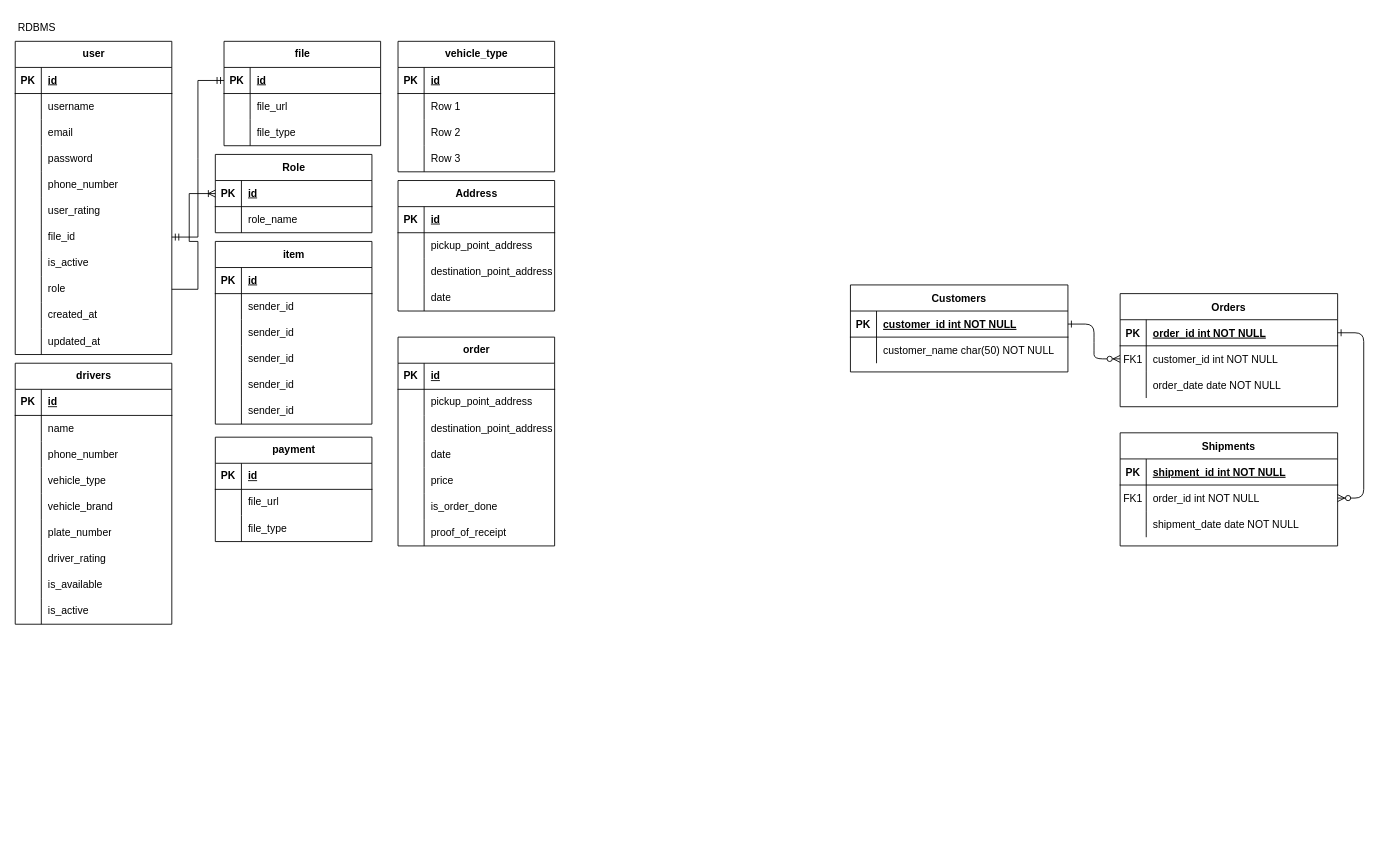
DemoNicky/technical-test keeps this draw.io diagram as starspace/Untitled Diagram.drawio. Above is the earlier version. Source tidied: cells renumbered, new cells numbered last; positions are measured from the earlier drawing's top-left corner, leaving out a move shared by most shapes. Both pictures are drawn from the tidied source at 87%, with x=0, y=0 at pixel (15, 15).
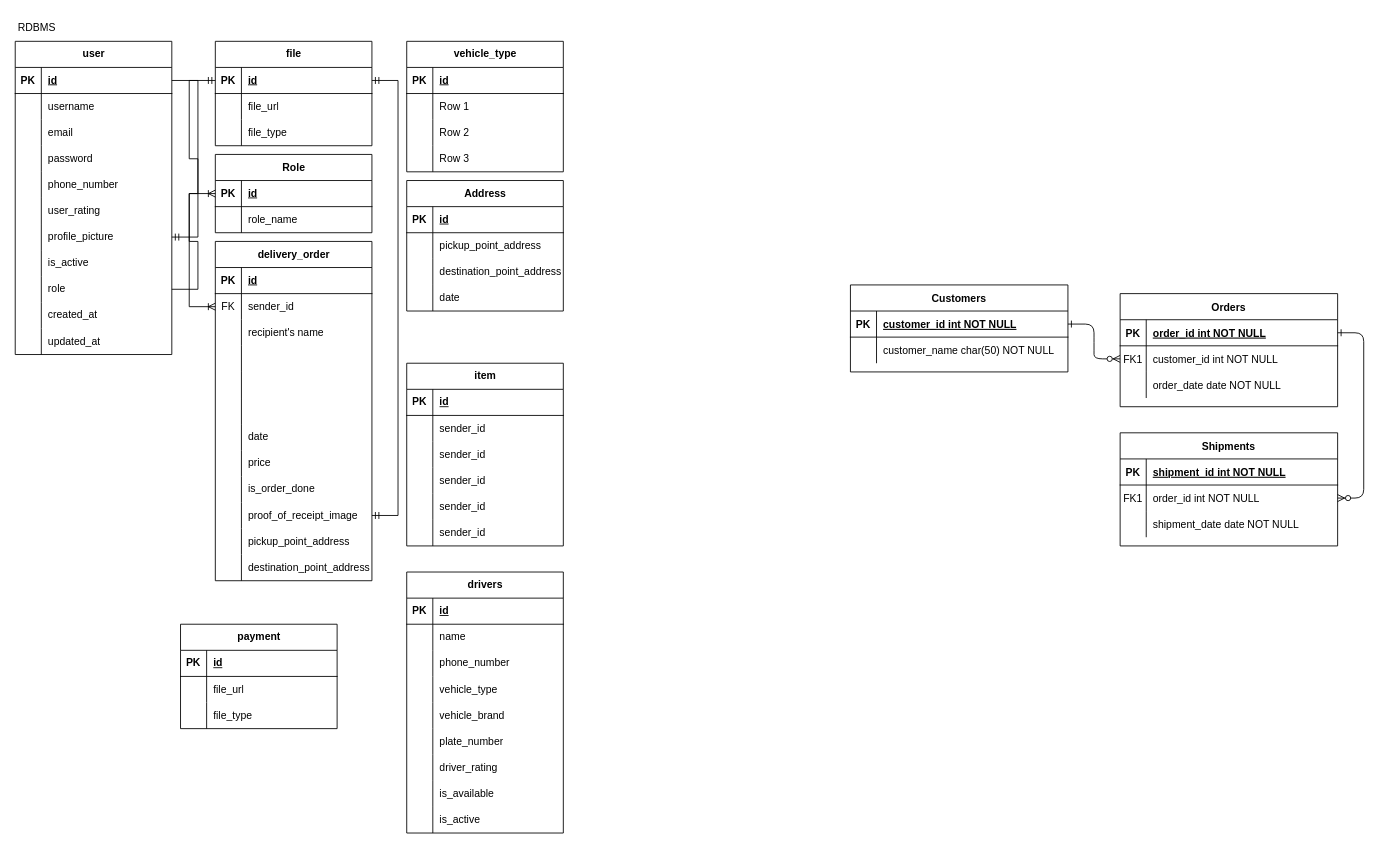
Above is the later version.

The change refers to these unchanged cells:
```xml
<mxCell id="33" style="shape=tableRow;horizontal=0;startSize=0;swimlaneHead=0;swimlaneBody=0;fillColor=none;points=[[0,0.5],[1,0.5]];portConstraint=eastwest;top=0;left=0;right=0;bottom=1;" parent="32" vertex="1">
  <mxGeometry y="30" width="180" height="30" as="geometry" />
</mxCell>
<mxCell id="51" style="shape=tableRow;horizontal=0;startSize=0;swimlaneHead=0;swimlaneBody=0;fillColor=none;points=[[0,0.5],[1,0.5]];portConstraint=eastwest;top=0;left=0;right=0;bottom=0;" parent="32" vertex="1">
  <mxGeometry y="210" width="180" height="30" as="geometry" />
</mxCell>
<mxCell id="131" style="shape=tableRow;horizontal=0;startSize=0;swimlaneHead=0;swimlaneBody=0;fillColor=none;points=[[0,0.5],[1,0.5]];portConstraint=eastwest;top=0;left=0;right=0;bottom=0;" parent="127" vertex="1">
  <mxGeometry y="60" width="180" height="30" as="geometry" />
</mxCell>
<mxCell id="134" style="shape=tableRow;horizontal=0;startSize=0;swimlaneHead=0;swimlaneBody=0;fillColor=none;top=0;left=0;right=0;bottom=0;" parent="127" vertex="1">
  <mxGeometry y="90" width="180" height="30" as="geometry" />
</mxCell>
<mxCell id="150" style="shape=tableRow;horizontal=0;startSize=0;swimlaneHead=0;swimlaneBody=0;fillColor=none;points=[[0,0.5],[1,0.5]];portConstraint=eastwest;top=0;left=0;right=0;bottom=1;" parent="149" vertex="1">
  <mxGeometry y="30" width="180" height="30" as="geometry" />
</mxCell>
```

What changed in the source:
```diff
@@
-    <mxCell id="53" value="file_id" style="shape=partialRectangle;fillColor=none;top=0;left=0;bottom=0;right=0;align=left;spacingLeft=6;overflow=hidden;whiteSpace=wrap;html=1;" parent="51" vertex="1">
+    <mxCell id="53" value="profile_picture" style="shape=partialRectangle;fillColor=none;top=0;left=0;bottom=0;right=0;align=left;spacingLeft=6;overflow=hidden;whiteSpace=wrap;html=1;" parent="51" vertex="1">
       <mxGeometry x="30" width="150" height="30" as="geometry" />
     </mxCell>
@@
     <mxCell id="66" value="drivers" style="shape=table;startSize=30;childLayout=tableLayout;rowLines=0;fontStyle=1;align=center;html=1;" parent="1" vertex="1">
-      <mxGeometry y="400" width="180" height="300" as="geometry" />
+      <mxGeometry x="450" y="640" width="180" height="300" as="geometry" />
     </mxCell>
@@
     <mxCell id="94" value="vehicle_type" style="shape=table;startSize=30;childLayout=tableLayout;rowLines=0;fontStyle=1;align=center;html=1;" parent="1" vertex="1">
-      <mxGeometry x="440" y="30" width="180" height="150" as="geometry" />
+      <mxGeometry x="450" y="30" width="180" height="150" as="geometry" />
     </mxCell>
@@
     <mxCell id="114" value="Address" style="shape=table;startSize=30;childLayout=tableLayout;rowLines=0;fontStyle=1;align=center;html=1;" parent="1" vertex="1">
-      <mxGeometry x="440" y="190" width="180" height="150" as="geometry" />
+      <mxGeometry x="450" y="190" width="180" height="150" as="geometry" />
     </mxCell>
@@
-    <mxCell id="127" value="order" style="shape=table;startSize=30;childLayout=tableLayout;rowLines=0;fontStyle=1;align=center;html=1;" parent="1" vertex="1">
-      <mxGeometry x="440" y="370" width="180" height="240" as="geometry" />
+    <mxCell id="127" value="delivery_order" style="shape=table;startSize=30;childLayout=tableLayout;rowLines=0;fontStyle=1;align=center;html=1;" parent="1" vertex="1">
+      <mxGeometry x="230" y="260" width="180" height="390" as="geometry" />
     </mxCell>
@@
-    <mxCell id="132" style="shape=partialRectangle;fillColor=none;top=0;left=0;bottom=0;right=0;overflow=hidden;whiteSpace=wrap;html=1;" parent="131" vertex="1">
+    <mxCell id="132" value="FK" style="shape=partialRectangle;fillColor=none;top=0;left=0;bottom=0;right=0;overflow=hidden;whiteSpace=wrap;html=1;" parent="131" vertex="1">
       <mxGeometry width="30" height="30" as="geometry" />
     </mxCell>
-    <mxCell id="133" value="pickup_point_address" style="shape=partialRectangle;fillColor=none;top=0;left=0;bottom=0;right=0;align=left;spacingLeft=6;overflow=hidden;whiteSpace=wrap;html=1;" parent="131" vertex="1">
+    <mxCell id="133" value="sender_id" style="shape=partialRectangle;fillColor=none;top=0;left=0;bottom=0;right=0;align=left;spacingLeft=6;overflow=hidden;whiteSpace=wrap;html=1;" parent="131" vertex="1">
       <mxGeometry x="30" width="150" height="30" as="geometry" />
     </mxCell>
@@
-    <mxCell id="136" value="destination_point_address" style="shape=partialRectangle;fillColor=none;top=0;left=0;bottom=0;right=0;align=left;spacingLeft=6;overflow=hidden;whiteSpace=wrap;html=1;" parent="134" vertex="1">
+    <mxCell id="136" value="recipient's name" style="shape=partialRectangle;fillColor=none;top=0;left=0;bottom=0;right=0;align=left;spacingLeft=6;overflow=hidden;whiteSpace=wrap;html=1;" parent="134" vertex="1">
       <mxGeometry x="30" width="150" height="30" as="geometry" />
     </mxCell>
+    <mxCell id="190" style="shape=tableRow;horizontal=0;startSize=0;swimlaneHead=0;swimlaneBody=0;fillColor=none;top=0;left=0;right=0;bottom=0;" parent="127" vertex="1">
+      <mxGeometry y="120" width="180" height="30" as="geometry" />
+    </mxCell>
+    <mxCell id="191" style="shape=partialRectangle;fillColor=none;top=0;left=0;bottom=0;right=0;overflow=hidden;whiteSpace=wrap;html=1;" parent="190" vertex="1">
+      <mxGeometry width="30" height="30" as="geometry" />
+    </mxCell>
+    <mxCell id="192" style="shape=partialRectangle;fillColor=none;top=0;left=0;bottom=0;right=0;align=left;spacingLeft=6;overflow=hidden;whiteSpace=wrap;html=1;" parent="190" vertex="1">
+      <mxGeometry x="30" width="150" height="30" as="geometry" />
+    </mxCell>
+    <mxCell id="193" style="shape=tableRow;horizontal=0;startSize=0;swimlaneHead=0;swimlaneBody=0;fillColor=none;top=0;left=0;right=0;bottom=0;" parent="127" vertex="1">
+      <mxGeometry y="150" width="180" height="30" as="geometry" />
+    </mxCell>
+    <mxCell id="194" style="shape=partialRectangle;fillColor=none;top=0;left=0;bottom=0;right=0;overflow=hidden;whiteSpace=wrap;html=1;" parent="193" vertex="1">
+      <mxGeometry width="30" height="30" as="geometry" />
+    </mxCell>
+    <mxCell id="195" style="shape=partialRectangle;fillColor=none;top=0;left=0;bottom=0;right=0;align=left;spacingLeft=6;overflow=hidden;whiteSpace=wrap;html=1;" parent="193" vertex="1">
+      <mxGeometry x="30" width="150" height="30" as="geometry" />
+    </mxCell>
+    <mxCell id="196" style="shape=tableRow;horizontal=0;startSize=0;swimlaneHead=0;swimlaneBody=0;fillColor=none;top=0;left=0;right=0;bottom=0;" parent="127" vertex="1">
+      <mxGeometry y="180" width="180" height="30" as="geometry" />
+    </mxCell>
+    <mxCell id="197" style="shape=partialRectangle;fillColor=none;top=0;left=0;bottom=0;right=0;overflow=hidden;whiteSpace=wrap;html=1;" parent="196" vertex="1">
+      <mxGeometry width="30" height="30" as="geometry" />
+    </mxCell>
+    <mxCell id="198" style="shape=partialRectangle;fillColor=none;top=0;left=0;bottom=0;right=0;align=left;spacingLeft=6;overflow=hidden;whiteSpace=wrap;html=1;" parent="196" vertex="1">
+      <mxGeometry x="30" width="150" height="30" as="geometry" />
+    </mxCell>
     <mxCell id="137" style="shape=tableRow;horizontal=0;startSize=0;swimlaneHead=0;swimlaneBody=0;fillColor=none;top=0;left=0;right=0;bottom=0;" parent="127" vertex="1">
-      <mxGeometry y="120" width="180" height="30" as="geometry" />
+      <mxGeometry y="210" width="180" height="30" as="geometry" />
     </mxCell>
@@
     <mxCell id="140" style="shape=tableRow;horizontal=0;startSize=0;swimlaneHead=0;swimlaneBody=0;fillColor=none;top=0;left=0;right=0;bottom=0;" parent="127" vertex="1">
-      <mxGeometry y="150" width="180" height="30" as="geometry" />
+      <mxGeometry y="240" width="180" height="30" as="geometry" />
     </mxCell>
@@
     <mxCell id="143" style="shape=tableRow;horizontal=0;startSize=0;swimlaneHead=0;swimlaneBody=0;fillColor=none;top=0;left=0;right=0;bottom=0;" parent="127" vertex="1">
-      <mxGeometry y="180" width="180" height="30" as="geometry" />
+      <mxGeometry y="270" width="180" height="30" as="geometry" />
     </mxCell>
@@
     <mxCell id="146" style="shape=tableRow;horizontal=0;startSize=0;swimlaneHead=0;swimlaneBody=0;fillColor=none;points=[[0,0.5],[1,0.5]];portConstraint=eastwest;top=0;left=0;right=0;bottom=0;" parent="127" vertex="1">
-      <mxGeometry y="210" width="180" height="30" as="geometry" />
+      <mxGeometry y="300" width="180" height="30" as="geometry" />
     </mxCell>
@@
-    <mxCell id="148" value="proof_of_receipt" style="shape=partialRectangle;fillColor=none;top=0;left=0;bottom=0;right=0;align=left;spacingLeft=6;overflow=hidden;whiteSpace=wrap;html=1;" parent="146" vertex="1">
+    <mxCell id="148" value="proof_of_receipt_image" style="shape=partialRectangle;fillColor=none;top=0;left=0;bottom=0;right=0;align=left;spacingLeft=6;overflow=hidden;whiteSpace=wrap;html=1;" parent="146" vertex="1">
       <mxGeometry x="30" width="150" height="30" as="geometry" />
     </mxCell>
+    <mxCell id="199" style="shape=tableRow;horizontal=0;startSize=0;swimlaneHead=0;swimlaneBody=0;fillColor=none;top=0;left=0;right=0;bottom=0;" parent="127" vertex="1">
+      <mxGeometry y="330" width="180" height="30" as="geometry" />
+    </mxCell>
+    <mxCell id="200" style="shape=partialRectangle;fillColor=none;top=0;left=0;bottom=0;right=0;overflow=hidden;whiteSpace=wrap;html=1;" parent="199" vertex="1">
+      <mxGeometry width="30" height="30" as="geometry" />
+    </mxCell>
+    <mxCell id="201" value="pickup_point_address" style="shape=partialRectangle;fillColor=none;top=0;left=0;bottom=0;right=0;align=left;spacingLeft=6;overflow=hidden;whiteSpace=wrap;html=1;" parent="199" vertex="1">
+      <mxGeometry x="30" width="150" height="30" as="geometry" />
+    </mxCell>
+    <mxCell id="202" style="shape=tableRow;horizontal=0;startSize=0;swimlaneHead=0;swimlaneBody=0;fillColor=none;top=0;left=0;right=0;bottom=0;" parent="127" vertex="1">
+      <mxGeometry y="360" width="180" height="30" as="geometry" />
+    </mxCell>
+    <mxCell id="203" style="shape=partialRectangle;fillColor=none;top=0;left=0;bottom=0;right=0;overflow=hidden;whiteSpace=wrap;html=1;" parent="202" vertex="1">
+      <mxGeometry width="30" height="30" as="geometry" />
+    </mxCell>
+    <mxCell id="204" value="destination_point_address" style="shape=partialRectangle;fillColor=none;top=0;left=0;bottom=0;right=0;align=left;spacingLeft=6;overflow=hidden;whiteSpace=wrap;html=1;" parent="202" vertex="1">
+      <mxGeometry x="30" width="150" height="30" as="geometry" />
+    </mxCell>
     <mxCell id="149" value="file" style="shape=table;startSize=30;childLayout=tableLayout;rowLines=0;fontStyle=1;align=center;html=1;" parent="1" vertex="1">
-      <mxGeometry x="240" y="30" width="180" height="120" as="geometry" />
+      <mxGeometry x="230" y="30" width="180" height="120" as="geometry" />
     </mxCell>
@@
     <mxCell id="161" value="item" style="shape=table;startSize=30;childLayout=tableLayout;rowLines=0;fontStyle=1;align=center;html=1;" parent="1" vertex="1">
-      <mxGeometry x="230" y="260" width="180" height="210" as="geometry" />
+      <mxGeometry x="450" y="400" width="180" height="210" as="geometry" />
     </mxCell>
@@
     <mxCell id="180" value="payment" style="shape=table;startSize=30;childLayout=tableLayout;rowLines=0;fontStyle=1;align=center;html=1;" parent="1" vertex="1">
-      <mxGeometry x="230" y="485" width="180" height="120" as="geometry" />
+      <mxGeometry x="190" y="700" width="180" height="120" as="geometry" />
     </mxCell>
@@
+    <mxCell id="205" style="edgeStyle=entityRelationEdgeStyle;fontSize=12;html=1;endArrow=ERmandOne;startArrow=ERmandOne;rounded=0;exitX=1;exitY=0.5;exitDx=0;exitDy=0;entryX=1;entryY=0.5;entryDx=0;entryDy=0;" parent="1" edge="1" source="146" target="150">
+      <mxGeometry relative="1" as="geometry">
+        <Array as="points">
+          <mxPoint x="210" y="450" />
+        </Array>
+      </mxGeometry>
+    </mxCell>
+    <mxCell id="206" style="edgeStyle=entityRelationEdgeStyle;fontSize=12;html=1;endArrow=ERoneToMany;rounded=0;exitX=1;exitY=0.5;exitDx=0;exitDy=0;entryX=0;entryY=0.5;entryDx=0;entryDy=0;" parent="1" edge="1" source="33" target="131">
+      <mxGeometry relative="1" as="geometry" />
+    </mxCell>
```
